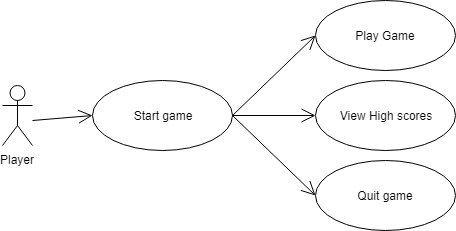
elaktomte/Hangman keeps this draw.io diagram as Documentation/UseCases.png. Above is the earlier version. Source tidied: cells renumbered, new cells last; positions are measured from the earlier drawing's top-left corner, leaving out a move shared by most shapes.
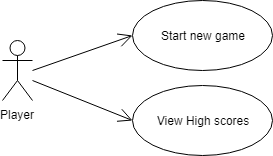
Above is the later version.

What changed in the source:
```diff
@@ -3,33 +3,23 @@
     <mxCell id="0" />
     <mxCell id="1" parent="0" />
     <mxCell id="2" value="Player" style="shape=umlActor;verticalLabelPosition=bottom;labelBackgroundColor=#ffffff;verticalAlign=top;html=1;" parent="1" vertex="1">
-      <mxGeometry y="85" width="30" height="60" as="geometry" />
+      <mxGeometry y="90" width="30" height="60" as="geometry" />
     </mxCell>
-    <mxCell id="3" value="Start game" style="ellipse;whiteSpace=wrap;html=1;" parent="1" vertex="1">
-      <mxGeometry x="90" y="80" width="140" height="70" as="geometry" />
+    <mxCell id="3" value="Start new game" style="ellipse;whiteSpace=wrap;html=1;" parent="1" vertex="1">
+      <mxGeometry x="130" y="50" width="140" height="70" as="geometry" />
     </mxCell>
     <mxCell id="4" value="View High scores" style="ellipse;whiteSpace=wrap;html=1;" parent="1" vertex="1">
-      <mxGeometry x="313" y="80" width="140" height="70" as="geometry" />
+      <mxGeometry x="130" y="135" width="140" height="70" as="geometry" />
     </mxCell>
     <mxCell id="5" style="endArrow=open;endFill=1;endSize=12;html=1;entryX=0;entryY=0.5;entryDx=0;entryDy=0;" parent="1" edge="1" target="3">
       <mxGeometry relative="1" as="geometry">
         <mxPoint x="30" y="120" as="sourcePoint" />
       </mxGeometry>
     </mxCell>
-    <mxCell id="6" style="endArrow=open;endFill=1;endSize=12;html=1;entryX=0;entryY=0.5;entryDx=0;entryDy=0;exitX=1;exitY=0.5;exitDx=0;exitDy=0;" parent="1" edge="1" source="3" target="4">
-      <mxGeometry relative="1" as="geometry" />
+    <mxCell id="6" style="endArrow=open;endFill=1;endSize=12;html=1;entryX=0;entryY=0.5;entryDx=0;entryDy=0;" parent="1" edge="1" target="4">
+      <mxGeometry relative="1" as="geometry">
+        <mxPoint x="30" y="130" as="sourcePoint" />
+      </mxGeometry>
     </mxCell>
-    <mxCell id="7" value="Quit game" style="ellipse;whiteSpace=wrap;html=1;" parent="1" vertex="1">
-      <mxGeometry x="313" y="160" width="140" height="70" as="geometry" />
-    </mxCell>
-    <mxCell id="8" style="endArrow=open;endFill=1;endSize=12;html=1;entryX=0;entryY=0.5;entryDx=0;entryDy=0;exitX=1;exitY=0.5;exitDx=0;exitDy=0;" parent="1" edge="1" source="3" target="7">
-      <mxGeometry relative="1" as="geometry" />
-    </mxCell>
-    <mxCell id="9" value="Play Game" style="ellipse;whiteSpace=wrap;html=1;" parent="1" vertex="1">
-      <mxGeometry x="313" width="140" height="70" as="geometry" />
-    </mxCell>
-    <mxCell id="10" style="endArrow=open;endFill=1;endSize=12;html=1;exitX=1;exitY=0.5;exitDx=0;exitDy=0;entryX=0;entryY=0.5;entryDx=0;entryDy=0;" parent="1" edge="1" source="3" target="9">
-      <mxGeometry relative="1" as="geometry" />
-    </mxCell>
   </root>
 </mxGraphModel>
```
